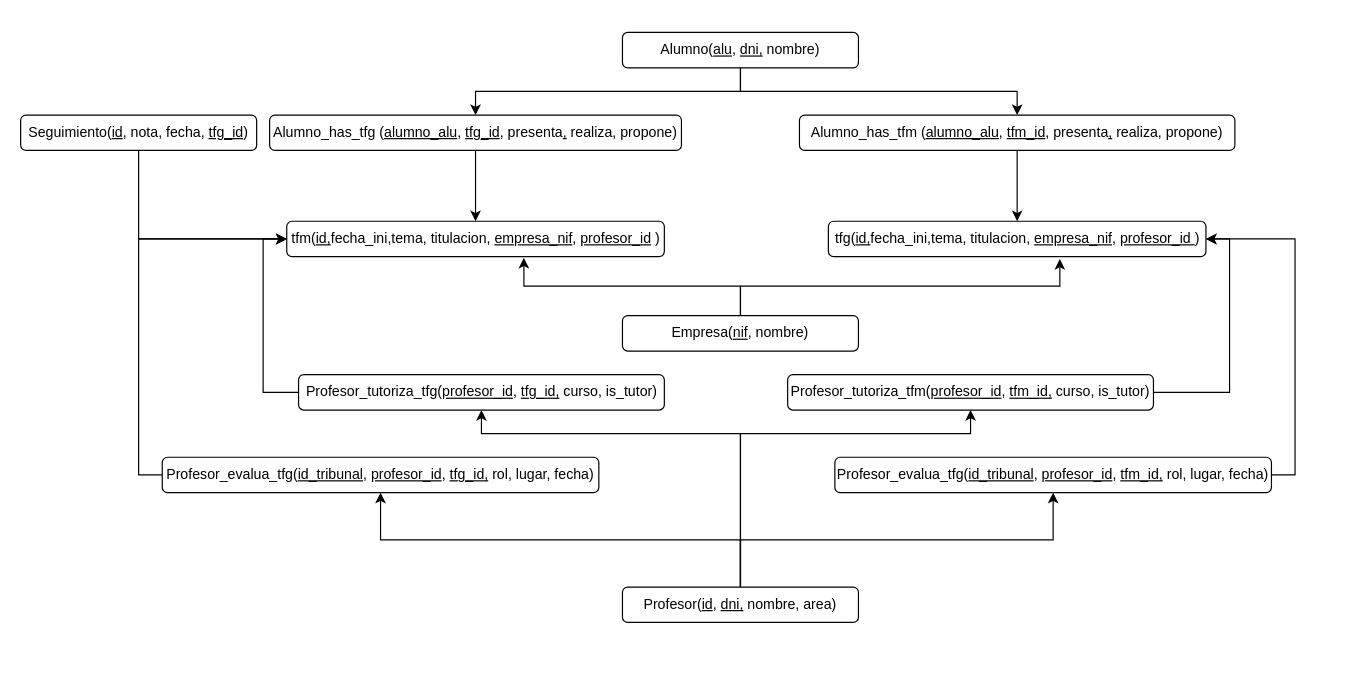
alu0101021768/Proyecto-Final-ADBD keeps this draw.io diagram as esquema_logico_relacional/esquema_logico.drawio. Above is the earlier version. Source tidied: cells renumbered, new cells numbered last; positions are measured from the earlier drawing's top-left corner, leaving out a move shared by most shapes. Both pictures are drawn from the tidied source at 118%, with x=0, y=0 at pixel (20, 32).
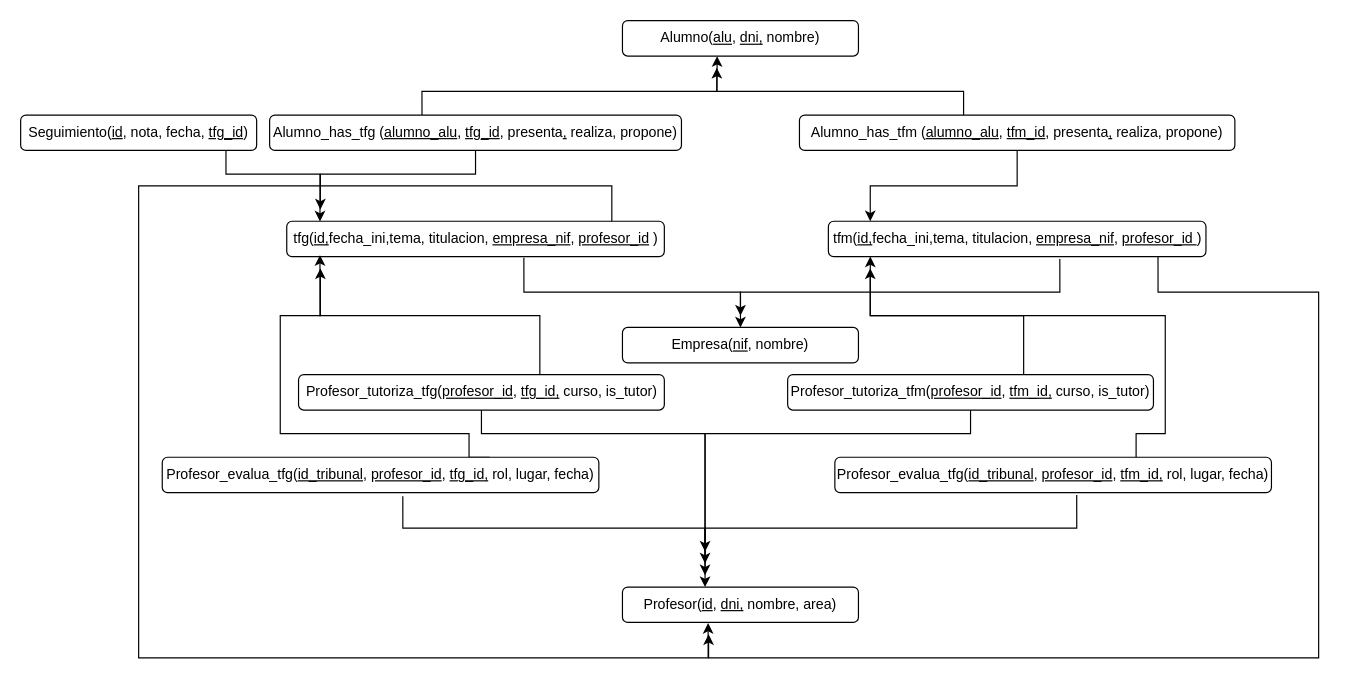
The same diagram, later.

The change refers to these unchanged cells:
```xml
<mxCell id="11" value="Profesor(&lt;u&gt;id&lt;/u&gt;,&amp;nbsp;&lt;u&gt;dni,&lt;/u&gt; nombre, area)" style="rounded=1;whiteSpace=wrap;html=1;" parent="1" vertex="1">
  <mxGeometry x="510" y="470" width="200" height="30" as="geometry" />
</mxCell>
<mxCell id="13" value="Profesor_tutoriza_tfg(&lt;u&gt;profesor_id&lt;/u&gt;, &lt;u&gt;tfg_id,&lt;/u&gt; curso, is_tutor)" style="rounded=1;whiteSpace=wrap;html=1;" parent="1" vertex="1">
  <mxGeometry x="235.5" y="290" width="310" height="30" as="geometry" />
</mxCell>
<mxCell id="15" value="Profesor_tutoriza_tfm(&lt;u&gt;profesor_id&lt;/u&gt;, &lt;u&gt;tfm_id,&lt;/u&gt; curso, is_tutor)" style="rounded=1;whiteSpace=wrap;html=1;" parent="1" vertex="1">
  <mxGeometry x="650" y="290" width="310" height="30" as="geometry" />
</mxCell>
<mxCell id="17" value="Profesor_evalua_tfg(&lt;u&gt;id_tribunal&lt;/u&gt;, &lt;u&gt;profesor_id&lt;/u&gt;,&amp;nbsp;&lt;u&gt;tfg_id,&lt;/u&gt; rol, lugar, fecha)" style="rounded=1;whiteSpace=wrap;html=1;" parent="1" vertex="1">
  <mxGeometry x="120" y="360" width="370" height="30" as="geometry" />
</mxCell>
<mxCell id="19" value="Profesor_evalua_tfg(&lt;u&gt;id_tribunal&lt;/u&gt;, &lt;u&gt;profesor_id&lt;/u&gt;,&amp;nbsp;&lt;u&gt;tfm_id,&lt;/u&gt; rol, lugar, fecha)" style="rounded=1;whiteSpace=wrap;html=1;" parent="1" vertex="1">
  <mxGeometry x="690" y="360" width="370" height="30" as="geometry" />
</mxCell>
<mxCell id="21" value="Seguimiento(&lt;u&gt;id&lt;/u&gt;, nota, fecha, &lt;u&gt;tfg_id&lt;/u&gt;)" style="rounded=1;whiteSpace=wrap;html=1;" parent="1" vertex="1">
  <mxGeometry y="70" width="200" height="30" as="geometry" />
</mxCell>
<mxCell id="26" value="Alumno_has_tfg (&lt;u&gt;alumno_alu&lt;/u&gt;,&amp;nbsp;&lt;u&gt;tfg_id&lt;/u&gt;,&amp;nbsp;presenta&lt;u&gt;,&lt;/u&gt; realiza, propone)" style="rounded=1;whiteSpace=wrap;html=1;" parent="1" vertex="1">
  <mxGeometry x="211" y="70" width="349" height="30" as="geometry" />
</mxCell>
<mxCell id="28" value="Alumno_has_tfm (&lt;u&gt;alumno_alu&lt;/u&gt;,&amp;nbsp;&lt;u&gt;tfm_id&lt;/u&gt;,&amp;nbsp;presenta&lt;u&gt;,&lt;/u&gt; realiza, propone)" style="rounded=1;whiteSpace=wrap;html=1;" parent="1" vertex="1">
  <mxGeometry x="660" y="70" width="369" height="30" as="geometry" />
</mxCell>
```

Change to the diagram source:
```diff
@@
-    <mxCell id="2" style="edgeStyle=orthogonalEdgeStyle;rounded=0;jettySize=auto;html=1;exitX=0.5;exitY=0;exitDx=0;exitDy=0;entryX=0.628;entryY=1.033;entryDx=0;entryDy=0;entryPerimeter=0;" parent="1" edge="1" source="4" target="6">
+    <mxCell id="2" style="edgeStyle=orthogonalEdgeStyle;rounded=0;jettySize=auto;html=1;exitX=0.5;exitY=0;exitDx=0;exitDy=0;entryX=0.628;entryY=1.033;entryDx=0;entryDy=0;entryPerimeter=0;startArrow=classic;startFill=1;endArrow=none;endFill=0;" parent="1" edge="1" source="4" target="6">
       <mxGeometry relative="1" as="geometry" />
     </mxCell>
-    <mxCell id="3" style="edgeStyle=orthogonalEdgeStyle;rounded=0;jettySize=auto;html=1;exitX=0.5;exitY=0;exitDx=0;exitDy=0;entryX=0.613;entryY=1.067;entryDx=0;entryDy=0;entryPerimeter=0;" parent="1" edge="1" source="4" target="5">
-      <mxGeometry relative="1" as="geometry" />
+    <mxCell id="3" style="edgeStyle=orthogonalEdgeStyle;rounded=0;jettySize=auto;html=1;entryX=0.613;entryY=1.067;entryDx=0;entryDy=0;entryPerimeter=0;startArrow=classic;startFill=1;endArrow=none;endFill=0;" parent="1" edge="1" target="5">
+      <mxGeometry relative="1" as="geometry">
+        <mxPoint x="610" y="240" as="sourcePoint" />
+        <Array as="points">
+          <mxPoint x="610" y="220" />
+          <mxPoint x="881" y="220" />
+        </Array>
+      </mxGeometry>
     </mxCell>
     <mxCell id="4" value="Empresa(&lt;u&gt;nif&lt;/u&gt;, nombre)" style="rounded=1;whiteSpace=wrap;html=1;" parent="1" vertex="1">
-      <mxGeometry x="510" y="240" width="200" height="30" as="geometry" />
+      <mxGeometry x="510" y="250" width="200" height="30" as="geometry" />
     </mxCell>
-    <mxCell id="5" value="tfg(&lt;u&gt;id,&lt;/u&gt;fecha_ini,tema, titulacion, &lt;u&gt;empresa_nif&lt;/u&gt;, &lt;u&gt;profesor_id &lt;/u&gt;)" style="rounded=1;whiteSpace=wrap;html=1;" parent="1" vertex="1">
+    <mxCell id="5" value="tfm(&lt;u&gt;id,&lt;/u&gt;fecha_ini,tema, titulacion, &lt;u&gt;empresa_nif&lt;/u&gt;, &lt;u&gt;profesor_id &lt;/u&gt;)" style="rounded=1;whiteSpace=wrap;html=1;" parent="1" vertex="1">
       <mxGeometry x="684.5" y="160" width="320" height="30" as="geometry" />
     </mxCell>
-    <mxCell id="6" value="tfm(&lt;u&gt;id,&lt;/u&gt;fecha_ini,tema, titulacion, &lt;u&gt;empresa_nif&lt;/u&gt;, &lt;u&gt;profesor_id&lt;/u&gt; )" style="rounded=1;whiteSpace=wrap;html=1;" parent="1" vertex="1">
+    <mxCell id="6" value="tfg(&lt;u&gt;id,&lt;/u&gt;fecha_ini,tema, titulacion, &lt;u&gt;empresa_nif&lt;/u&gt;, &lt;u&gt;profesor_id&lt;/u&gt; )" style="rounded=1;whiteSpace=wrap;html=1;" parent="1" vertex="1">
       <mxGeometry x="225.5" y="160" width="320" height="30" as="geometry" />
     </mxCell>
-    <mxCell id="7" style="edgeStyle=orthogonalEdgeStyle;rounded=0;jettySize=auto;html=1;exitX=0.5;exitY=0;exitDx=0;exitDy=0;entryX=0.5;entryY=1;entryDx=0;entryDy=0;" parent="1" edge="1" source="11" target="17">
-      <mxGeometry relative="1" as="geometry" />
+    <mxCell id="7" style="edgeStyle=orthogonalEdgeStyle;rounded=0;jettySize=auto;html=1;entryX=0.551;entryY=1.1;entryDx=0;entryDy=0;entryPerimeter=0;startArrow=classic;startFill=1;endArrow=none;endFill=0;" parent="1" edge="1" target="17">
+      <mxGeometry relative="1" as="geometry">
+        <mxPoint x="580" y="440" as="sourcePoint" />
+        <Array as="points">
+          <mxPoint x="580" y="420" />
+          <mxPoint x="324" y="420" />
+        </Array>
+      </mxGeometry>
     </mxCell>
-    <mxCell id="8" style="edgeStyle=orthogonalEdgeStyle;rounded=0;jettySize=auto;html=1;exitX=0.5;exitY=0;exitDx=0;exitDy=0;entryX=0.5;entryY=1;entryDx=0;entryDy=0;" parent="1" edge="1" source="11" target="19">
-      <mxGeometry relative="1" as="geometry" />
+    <mxCell id="8" style="edgeStyle=orthogonalEdgeStyle;rounded=0;jettySize=auto;html=1;entryX=0.554;entryY=1.067;entryDx=0;entryDy=0;entryPerimeter=0;startArrow=classic;startFill=1;endArrow=none;endFill=0;" parent="1" edge="1" target="19">
+      <mxGeometry relative="1" as="geometry">
+        <mxPoint x="580" y="460" as="sourcePoint" />
+        <Array as="points">
+          <mxPoint x="580" y="420" />
+          <mxPoint x="895" y="420" />
+        </Array>
+      </mxGeometry>
     </mxCell>
-    <mxCell id="9" style="edgeStyle=orthogonalEdgeStyle;rounded=0;jettySize=auto;html=1;exitX=0.5;exitY=0;exitDx=0;exitDy=0;entryX=0.5;entryY=1;entryDx=0;entryDy=0;" parent="1" edge="1" source="11" target="15">
+    <mxCell id="9" style="edgeStyle=orthogonalEdgeStyle;rounded=0;jettySize=auto;html=1;entryX=0.5;entryY=1;entryDx=0;entryDy=0;startArrow=classic;startFill=1;endArrow=none;endFill=0;" parent="1" edge="1" target="15">
       <mxGeometry relative="1" as="geometry">
+        <mxPoint x="580" y="450" as="sourcePoint" />
         <Array as="points">
-          <mxPoint x="610" y="340" />
+          <mxPoint x="580" y="340" />
           <mxPoint x="805" y="340" />
         </Array>
       </mxGeometry>
     </mxCell>
-    <mxCell id="10" style="edgeStyle=orthogonalEdgeStyle;rounded=0;jettySize=auto;html=1;exitX=0.5;exitY=0;exitDx=0;exitDy=0;entryX=0.5;entryY=1;entryDx=0;entryDy=0;" parent="1" edge="1" source="11" target="13">
+    <mxCell id="10" style="edgeStyle=orthogonalEdgeStyle;rounded=0;jettySize=auto;html=1;entryX=0.5;entryY=1;entryDx=0;entryDy=0;startArrow=classic;startFill=1;endArrow=none;endFill=0;" parent="1" edge="1" target="13">
       <mxGeometry relative="1" as="geometry">
+        <mxPoint x="580" y="470" as="sourcePoint" />
         <Array as="points">
-          <mxPoint x="610" y="340" />
+          <mxPoint x="580" y="470" />
+          <mxPoint x="580" y="340" />
           <mxPoint x="391" y="340" />
         </Array>
       </mxGeometry>
     </mxCell>
+    <mxCell id="29" style="edgeStyle=orthogonalEdgeStyle;rounded=0;jettySize=auto;html=1;exitX=0.363;exitY=1.017;exitDx=0;exitDy=0;exitPerimeter=0;endArrow=none;endFill=0;startArrow=classic;startFill=1;" parent="1" edge="1" source="11" target="6">
+      <mxGeometry relative="1" as="geometry">
+        <Array as="points">
+          <mxPoint x="583" y="530" />
+          <mxPoint x="100" y="530" />
+          <mxPoint x="100" y="130" />
+          <mxPoint x="501" y="130" />
+        </Array>
+      </mxGeometry>
+    </mxCell>
+    <mxCell id="30" style="edgeStyle=orthogonalEdgeStyle;rounded=0;jettySize=auto;html=1;entryX=0.873;entryY=1;entryDx=0;entryDy=0;entryPerimeter=0;endArrow=none;endFill=0;startArrow=classic;startFill=1;" parent="1" edge="1" target="5">
+      <mxGeometry relative="1" as="geometry">
+        <mxPoint x="583" y="510" as="sourcePoint" />
+        <Array as="points">
+          <mxPoint x="583" y="530" />
+          <mxPoint x="1100" y="530" />
+          <mxPoint x="1100" y="220" />
+          <mxPoint x="964" y="220" />
+        </Array>
+      </mxGeometry>
+    </mxCell>
@@
-    <mxCell id="12" style="edgeStyle=orthogonalEdgeStyle;rounded=0;jettySize=auto;html=1;exitX=0;exitY=0.5;exitDx=0;exitDy=0;entryX=0;entryY=0.5;entryDx=0;entryDy=0;" parent="1" edge="1" source="13" target="6">
-      <mxGeometry relative="1" as="geometry" />
+    <mxCell id="12" style="edgeStyle=orthogonalEdgeStyle;rounded=0;jettySize=auto;html=1;exitX=0.5;exitY=0;exitDx=0;exitDy=0;entryX=0.088;entryY=0.957;entryDx=0;entryDy=0;entryPerimeter=0;" parent="1" edge="1" source="13" target="6">
+      <mxGeometry relative="1" as="geometry">
+        <Array as="points">
+          <mxPoint x="440" y="290" />
+          <mxPoint x="440" y="240" />
+          <mxPoint x="254" y="240" />
+        </Array>
+      </mxGeometry>
     </mxCell>
@@
-    <mxCell id="14" style="edgeStyle=orthogonalEdgeStyle;rounded=0;jettySize=auto;html=1;exitX=1;exitY=0.5;exitDx=0;exitDy=0;entryX=1;entryY=0.5;entryDx=0;entryDy=0;" parent="1" edge="1" source="15" target="5">
-      <mxGeometry relative="1" as="geometry" />
-    </mxCell>
+    <mxCell id="31" style="edgeStyle=orthogonalEdgeStyle;rounded=0;jettySize=auto;html=1;exitX=0.75;exitY=0;exitDx=0;exitDy=0;" parent="1" edge="1" source="15">
+      <mxGeometry relative="1" as="geometry">
+        <mxPoint x="720" y="200" as="targetPoint" />
+        <Array as="points">
+          <mxPoint x="850" y="290" />
+          <mxPoint x="850" y="240" />
+          <mxPoint x="720" y="240" />
+        </Array>
+      </mxGeometry>
+    </mxCell>
@@
-    <mxCell id="16" style="edgeStyle=orthogonalEdgeStyle;rounded=0;jettySize=auto;html=1;exitX=0;exitY=0.5;exitDx=0;exitDy=0;entryX=0;entryY=0.5;entryDx=0;entryDy=0;" parent="1" edge="1" source="17" target="6">
-      <mxGeometry relative="1" as="geometry" />
-    </mxCell>
+    <mxCell id="32" style="edgeStyle=orthogonalEdgeStyle;rounded=0;jettySize=auto;html=1;exitX=0.75;exitY=0;exitDx=0;exitDy=0;" parent="1" edge="1" source="17">
+      <mxGeometry relative="1" as="geometry">
+        <mxPoint x="254" y="200" as="targetPoint" />
+        <Array as="points">
+          <mxPoint x="380" y="360" />
+          <mxPoint x="380" y="340" />
+          <mxPoint x="220" y="340" />
+          <mxPoint x="220" y="240" />
+          <mxPoint x="254" y="240" />
+        </Array>
+      </mxGeometry>
+    </mxCell>
@@
-    <mxCell id="18" style="edgeStyle=orthogonalEdgeStyle;rounded=0;jettySize=auto;html=1;exitX=1;exitY=0.5;exitDx=0;exitDy=0;entryX=1;entryY=0.5;entryDx=0;entryDy=0;" parent="1" edge="1" source="19" target="5">
-      <mxGeometry relative="1" as="geometry" />
+    <mxCell id="18" style="edgeStyle=orthogonalEdgeStyle;rounded=0;jettySize=auto;html=1;exitX=0.69;exitY=0.009;exitDx=0;exitDy=0;entryX=0.111;entryY=0.996;entryDx=0;entryDy=0;entryPerimeter=0;exitPerimeter=0;" parent="1" edge="1" source="19" target="5">
+      <mxGeometry relative="1" as="geometry">
+        <Array as="points">
+          <mxPoint x="945" y="340" />
+          <mxPoint x="970" y="340" />
+          <mxPoint x="970" y="240" />
+          <mxPoint x="720" y="240" />
+        </Array>
+      </mxGeometry>
     </mxCell>
@@
-    <mxCell id="20" style="edgeStyle=orthogonalEdgeStyle;rounded=0;jettySize=auto;html=1;exitX=0.5;exitY=1;exitDx=0;exitDy=0;entryX=0;entryY=0.5;entryDx=0;entryDy=0;" parent="1" edge="1" source="21" target="6">
-      <mxGeometry relative="1" as="geometry" />
+    <mxCell id="20" style="edgeStyle=orthogonalEdgeStyle;rounded=0;jettySize=auto;html=1;exitX=0.87;exitY=1;exitDx=0;exitDy=0;entryX=0.088;entryY=0.006;entryDx=0;entryDy=0;exitPerimeter=0;entryPerimeter=0;" parent="1" edge="1" source="21" target="6">
+      <mxGeometry relative="1" as="geometry">
+        <Array as="points">
+          <mxPoint x="174" y="120" />
+          <mxPoint x="254" y="120" />
+        </Array>
+      </mxGeometry>
     </mxCell>
@@
-    <mxCell id="22" style="edgeStyle=orthogonalEdgeStyle;rounded=0;jettySize=auto;html=1;exitX=0.5;exitY=1;exitDx=0;exitDy=0;entryX=0.5;entryY=0;entryDx=0;entryDy=0;" parent="1" edge="1" source="24" target="26">
-      <mxGeometry relative="1" as="geometry" />
+    <mxCell id="22" style="edgeStyle=orthogonalEdgeStyle;rounded=0;jettySize=auto;html=1;exitX=0.401;exitY=1.004;exitDx=0;exitDy=0;entryX=0.37;entryY=0.067;entryDx=0;entryDy=0;entryPerimeter=0;startArrow=classic;startFill=1;endArrow=none;endFill=0;exitPerimeter=0;" parent="1" edge="1" source="24" target="26">
+      <mxGeometry relative="1" as="geometry">
+        <Array as="points">
+          <mxPoint x="590" y="30" />
+          <mxPoint x="590" y="50" />
+          <mxPoint x="340" y="50" />
+        </Array>
+      </mxGeometry>
     </mxCell>
-    <mxCell id="23" style="edgeStyle=orthogonalEdgeStyle;rounded=0;jettySize=auto;html=1;exitX=0.5;exitY=1;exitDx=0;exitDy=0;entryX=0.5;entryY=0;entryDx=0;entryDy=0;" parent="1" edge="1" source="24" target="28">
-      <mxGeometry relative="1" as="geometry" />
+    <mxCell id="23" style="edgeStyle=orthogonalEdgeStyle;rounded=0;jettySize=auto;html=1;entryX=0.377;entryY=0.033;entryDx=0;entryDy=0;entryPerimeter=0;startArrow=classic;startFill=1;endArrow=none;endFill=0;" parent="1" edge="1" target="28">
+      <mxGeometry relative="1" as="geometry">
+        <mxPoint x="590" y="30" as="sourcePoint" />
+        <Array as="points">
+          <mxPoint x="590" y="30" />
+          <mxPoint x="590" y="50" />
+          <mxPoint x="799" y="50" />
+        </Array>
+      </mxGeometry>
     </mxCell>
     <mxCell id="24" value="Alumno(&lt;u&gt;alu&lt;/u&gt;,&amp;nbsp;&lt;u&gt;dni,&lt;/u&gt; nombre)" style="rounded=1;whiteSpace=wrap;html=1;" parent="1" vertex="1">
-      <mxGeometry x="510" width="200" height="30" as="geometry" />
+      <mxGeometry x="510" y="-10" width="200" height="30" as="geometry" />
     </mxCell>
-    <mxCell id="25" style="edgeStyle=orthogonalEdgeStyle;rounded=0;jettySize=auto;html=1;exitX=0.5;exitY=1;exitDx=0;exitDy=0;entryX=0.5;entryY=0;entryDx=0;entryDy=0;" parent="1" edge="1" source="26" target="6">
-      <mxGeometry relative="1" as="geometry" />
+    <mxCell id="25" style="edgeStyle=orthogonalEdgeStyle;rounded=0;jettySize=auto;html=1;exitX=0.5;exitY=1;exitDx=0;exitDy=0;" parent="1" edge="1" source="26">
+      <mxGeometry relative="1" as="geometry">
+        <mxPoint x="254" y="150" as="targetPoint" />
+        <Array as="points">
+          <mxPoint x="385" y="120" />
+          <mxPoint x="254" y="120" />
+        </Array>
+      </mxGeometry>
     </mxCell>
@@
-    <mxCell id="27" style="edgeStyle=orthogonalEdgeStyle;rounded=0;jettySize=auto;html=1;exitX=0.5;exitY=1;exitDx=0;exitDy=0;entryX=0.5;entryY=0;entryDx=0;entryDy=0;" parent="1" edge="1" source="28" target="5">
-      <mxGeometry relative="1" as="geometry" />
+    <mxCell id="27" style="edgeStyle=orthogonalEdgeStyle;rounded=0;jettySize=auto;html=1;exitX=0.5;exitY=1;exitDx=0;exitDy=0;" parent="1" edge="1" source="28">
+      <mxGeometry relative="1" as="geometry">
+        <mxPoint x="720" y="160" as="targetPoint" />
+        <Array as="points">
+          <mxPoint x="845" y="130" />
+          <mxPoint x="720" y="130" />
+          <mxPoint x="720" y="160" />
+        </Array>
+      </mxGeometry>
     </mxCell>
```
